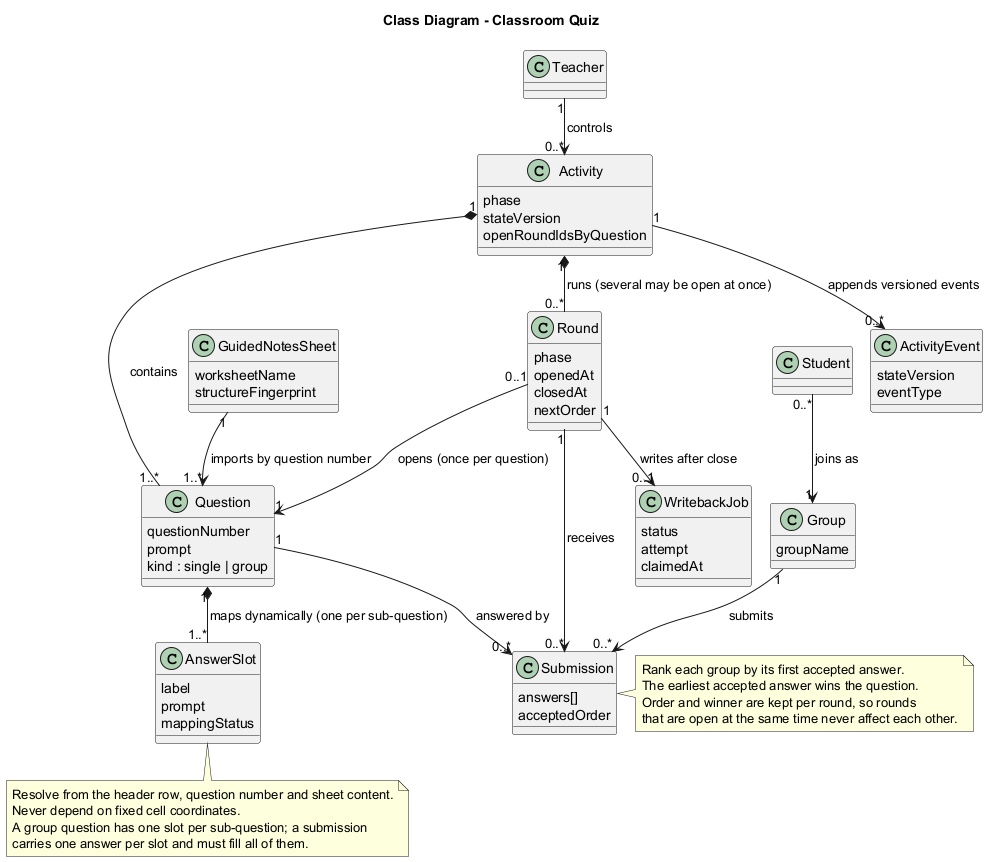
The PlantUML diagram main/diagrams/class.png in Chunshan-Theta/2026-SW-quickanswer, before a commit.
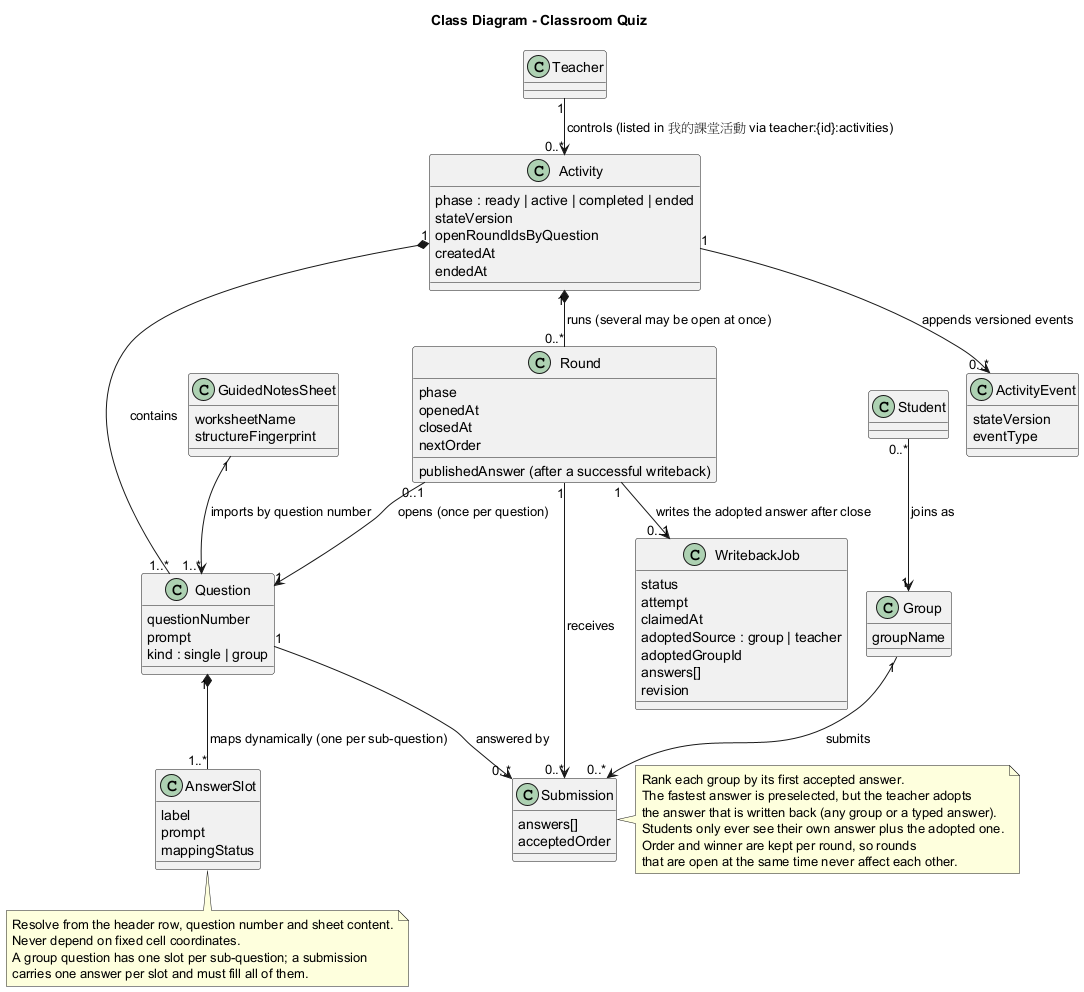
Above is the later version.

Commit message:
docs: update the shared diagrams for adopted answers and closing a room

The edit, as a diff of the source:
```diff
@@ -8,9 +8,11 @@
   groupName
 }
 class Activity {
-  phase
+  phase : ready | active | completed | ended
   stateVersion
   openRoundIdsByQuestion
+  createdAt
+  endedAt
 }
 class Question {
   questionNumber
@@ -22,6 +24,7 @@
   openedAt
   closedAt
   nextOrder
+  publishedAnswer (after a successful writeback)
 }
 class Submission {
   answers[]
@@ -44,9 +47,13 @@
   status
   attempt
   claimedAt
+  adoptedSource : group | teacher
+  adoptedGroupId
+  answers[]
+  revision
 }
 
-Teacher "1" --> "0..*" Activity : controls
+Teacher "1" --> "0..*" Activity : controls (listed in 我的課堂活動 via teacher:{id}:activities)
 Activity "1" *-- "1..*" Question : contains
 Activity "1" *-- "0..*" Round : runs (several may be open at once)
 Round "0..1" --> "1" Question : opens (once per question)
@@ -57,11 +64,13 @@
 GuidedNotesSheet "1" --> "1..*" Question : imports by question number
 Question "1" *-- "1..*" AnswerSlot : maps dynamically (one per sub-question)
 Activity "1" --> "0..*" ActivityEvent : appends versioned events
-Round "1" --> "0..1" WritebackJob : writes after close
+Round "1" --> "0..1" WritebackJob : writes the adopted answer after close
 
 note right of Submission
   Rank each group by its first accepted answer.
-  The earliest accepted answer wins the question.
+  The fastest answer is preselected, but the teacher adopts
+  the answer that is written back (any group or a typed answer).
+  Students only ever see their own answer plus the adopted one.
   Order and winner are kept per round, so rounds
   that are open at the same time never affect each other.
 end note
```
